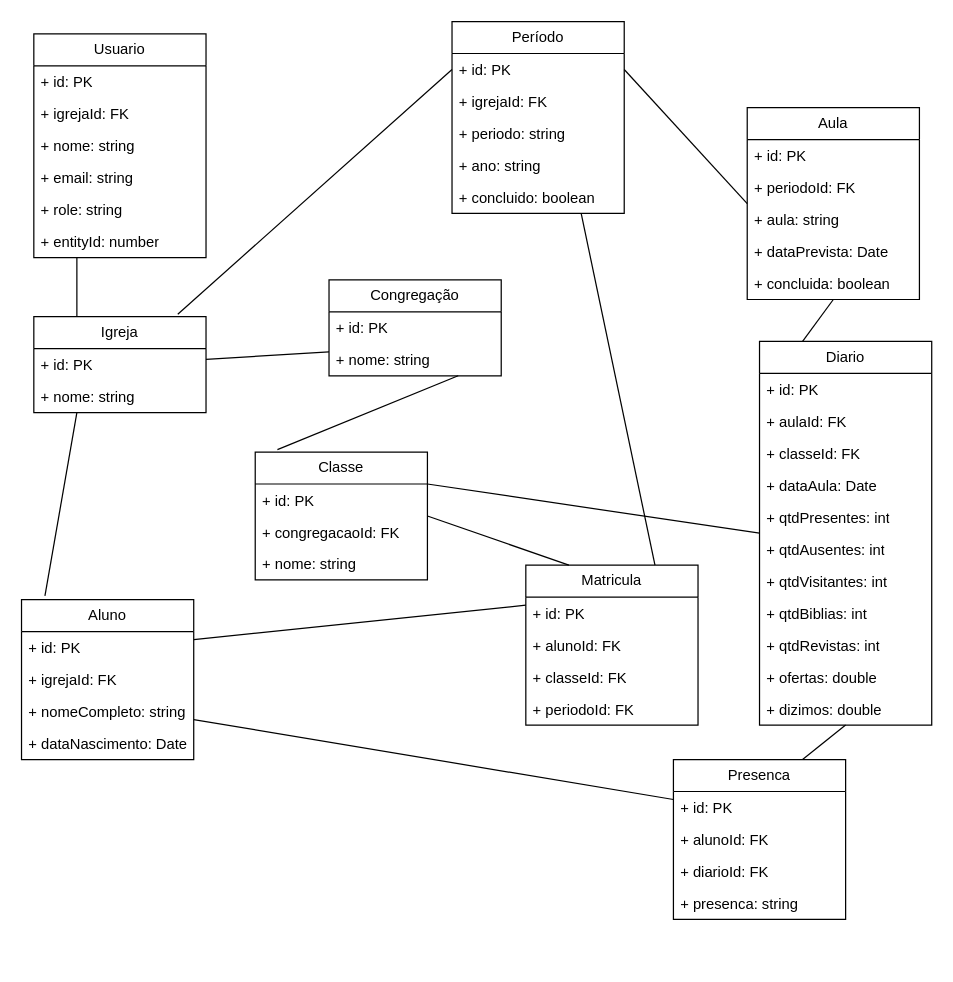
This is page "Modelo de dados" (3 of 3) of docs/EBD.drawio from gelira/ebd, a draw.io file, before an edit. Source tidied: cells renumbered, new cells numbered last; positions are measured from the earlier drawing's top-left corner, leaving out a move shared by most shapes. Both pictures are drawn from the tidied source at 123%, with x=0, y=0 at pixel (21, 21).
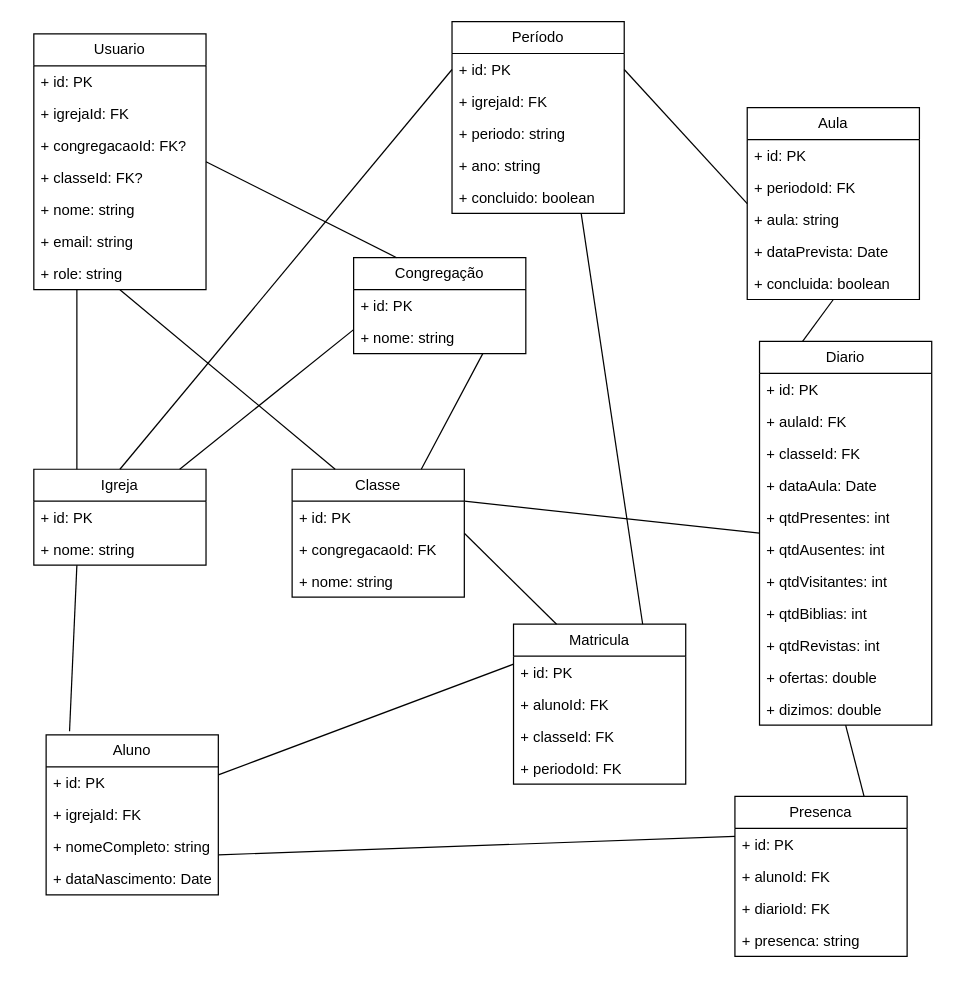
The same diagram, later.

Unchanged cells that the change refers to:
```xml
<mxCell id="16" value="Período" style="swimlane;fontStyle=0;horizontal=1;startSize=26;fillColor=none;whiteSpace=wrap;html=1;" parent="1" vertex="1">
  <mxGeometry x="350" width="140" height="156" as="geometry" />
</mxCell>
```

What changed in the source:
```diff
@@
     <mxCell id="2" value="Aluno" style="swimlane;fontStyle=0;horizontal=1;startSize=26;fillColor=none;whiteSpace=wrap;html=1;shadow=0;" parent="1" vertex="1">
-      <mxGeometry y="470" width="140" height="130" as="geometry" />
+      <mxGeometry x="20" y="580" width="140" height="130" as="geometry" />
     </mxCell>
@@
-    <mxCell id="7" style="rounded=0;jettySize=auto;html=1;exitX=0.836;exitY=-0.026;exitDx=0;exitDy=0;entryX=0;entryY=0.25;entryDx=0;entryDy=0;endArrow=none;startFill=0;strokeColor=default;exitPerimeter=0;" parent="1" edge="1" source="66" target="16">
+    <mxCell id="7" style="rounded=0;jettySize=auto;html=1;exitX=0.5;exitY=0;exitDx=0;exitDy=0;entryX=0;entryY=0.25;entryDx=0;entryDy=0;endArrow=none;startFill=0;strokeColor=default;" parent="1" edge="1" source="66" target="16">
       <mxGeometry relative="1" as="geometry" />
     </mxCell>
+    <mxCell id="71" style="rounded=0;jettySize=auto;html=1;exitX=0.25;exitY=0;exitDx=0;exitDy=0;entryX=1;entryY=0.5;entryDx=0;entryDy=0;endArrow=none;endFill=0;" parent="1" edge="1" source="8" target="58">
+      <mxGeometry relative="1" as="geometry" />
+    </mxCell>
     <mxCell id="8" value="Congregação" style="swimlane;fontStyle=0;horizontal=1;startSize=26;fillColor=none;whiteSpace=wrap;html=1;" parent="1" vertex="1">
-      <mxGeometry x="250" y="210" width="140" height="78" as="geometry" />
+      <mxGeometry x="270" y="192" width="140" height="78" as="geometry" />
     </mxCell>
@@
+    <mxCell id="72" style="rounded=0;jettySize=auto;html=1;exitX=0.25;exitY=0;exitDx=0;exitDy=0;entryX=0.5;entryY=1;entryDx=0;entryDy=0;endArrow=none;endFill=0;" parent="1" edge="1" source="11" target="58">
+      <mxGeometry relative="1" as="geometry" />
+    </mxCell>
     <mxCell id="11" value="Classe" style="swimlane;fontStyle=0;horizontal=1;startSize=26;fillColor=none;whiteSpace=wrap;html=1;" parent="1" vertex="1">
-      <mxGeometry x="190" y="350" width="140" height="104" as="geometry" />
+      <mxGeometry x="220" y="364" width="140" height="104" as="geometry" />
     </mxCell>
@@
-    <mxCell id="22" style="rounded=0;jettySize=auto;html=1;entryX=0.129;entryY=-0.019;entryDx=0;entryDy=0;entryPerimeter=0;endArrow=none;startFill=0;exitX=0.75;exitY=1;exitDx=0;exitDy=0;" parent="1" edge="1" source="8" target="11">
+    <mxCell id="22" style="rounded=0;jettySize=auto;html=1;entryX=0.75;entryY=0;entryDx=0;entryDy=0;endArrow=none;startFill=0;exitX=0.75;exitY=1;exitDx=0;exitDy=0;" parent="1" edge="1" source="8" target="11">
       <mxGeometry relative="1" as="geometry" />
     </mxCell>
@@
     <mxCell id="26" value="Matricula" style="swimlane;fontStyle=0;horizontal=1;startSize=26;fillColor=none;whiteSpace=wrap;html=1;" parent="1" vertex="1">
-      <mxGeometry x="410" y="442" width="140" height="130" as="geometry" />
+      <mxGeometry x="400" y="490" width="140" height="130" as="geometry" />
     </mxCell>
@@
     <mxCell id="53" value="Presenca" style="swimlane;fontStyle=0;horizontal=1;startSize=26;fillColor=none;whiteSpace=wrap;html=1;" parent="1" vertex="1">
-      <mxGeometry x="530" y="600" width="140" height="130" as="geometry" />
+      <mxGeometry x="580" y="630" width="140" height="130" as="geometry" />
     </mxCell>
@@
     <mxCell id="58" value="Usuario" style="swimlane;fontStyle=0;horizontal=1;startSize=26;fillColor=none;whiteSpace=wrap;html=1;" parent="1" vertex="1">
-      <mxGeometry x="10" y="10" width="140" height="182" as="geometry" />
+      <mxGeometry x="10" y="10" width="140" height="208" as="geometry" />
     </mxCell>
@@
+    <mxCell id="64" value="+ congregacaoId: FK?" style="text;strokeColor=none;fillColor=none;align=left;verticalAlign=top;spacingLeft=4;spacingRight=4;overflow=hidden;whiteSpace=wrap;html=1;" parent="58" vertex="1">
+      <mxGeometry y="78" width="140" height="26" as="geometry" />
+    </mxCell>
+    <mxCell id="73" value="+ classeId: FK?" style="text;strokeColor=none;fillColor=none;align=left;verticalAlign=top;spacingLeft=4;spacingRight=4;overflow=hidden;whiteSpace=wrap;html=1;" parent="58" vertex="1">
+      <mxGeometry y="104" width="140" height="26" as="geometry" />
+    </mxCell>
     <mxCell id="61" value="+ nome: string" style="text;strokeColor=none;fillColor=none;align=left;verticalAlign=top;spacingLeft=4;spacingRight=4;overflow=hidden;whiteSpace=wrap;html=1;" parent="58" vertex="1">
-      <mxGeometry y="78" width="140" height="26" as="geometry" />
+      <mxGeometry y="130" width="140" height="26" as="geometry" />
     </mxCell>
     <mxCell id="62" value="+ email: string" style="text;strokeColor=none;fillColor=none;align=left;verticalAlign=top;spacingLeft=4;spacingRight=4;overflow=hidden;whiteSpace=wrap;html=1;" parent="58" vertex="1">
-      <mxGeometry y="104" width="140" height="26" as="geometry" />
+      <mxGeometry y="156" width="140" height="26" as="geometry" />
     </mxCell>
     <mxCell id="63" value="+ role: string" style="text;strokeColor=none;fillColor=none;align=left;verticalAlign=top;spacingLeft=4;spacingRight=4;overflow=hidden;whiteSpace=wrap;html=1;" parent="58" vertex="1">
-      <mxGeometry y="130" width="140" height="26" as="geometry" />
+      <mxGeometry y="182" width="140" height="26" as="geometry" />
     </mxCell>
-    <mxCell id="64" value="+ entityId: number" style="text;strokeColor=none;fillColor=none;align=left;verticalAlign=top;spacingLeft=4;spacingRight=4;overflow=hidden;whiteSpace=wrap;html=1;" parent="58" vertex="1">
-      <mxGeometry y="156" width="140" height="26" as="geometry" />
-    </mxCell>
@@
     <mxCell id="66" value="Igreja" style="swimlane;fontStyle=0;horizontal=1;startSize=26;fillColor=none;whiteSpace=wrap;html=1;" parent="1" vertex="1">
-      <mxGeometry x="10" y="240" width="140" height="78" as="geometry" />
+      <mxGeometry x="10" y="364" width="140" height="78" as="geometry" />
     </mxCell>
```
